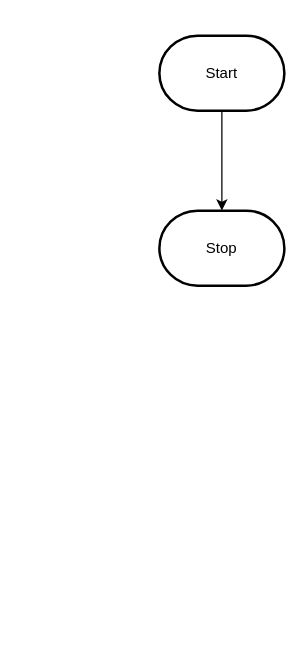
Above: design/flowchart.drawio in MTHS-ICD2O-1-2023/ICD2O-Unit-6-04-manya-feng (draw.io), before the change. Source tidied: cells renumbered, new cells numbered last; positions are measured from the earlier drawing's top-left corner, leaving out a move shared by most shapes. Both pictures are drawn from the tidied source at 125%, with x=0, y=0 at pixel (159, 35).
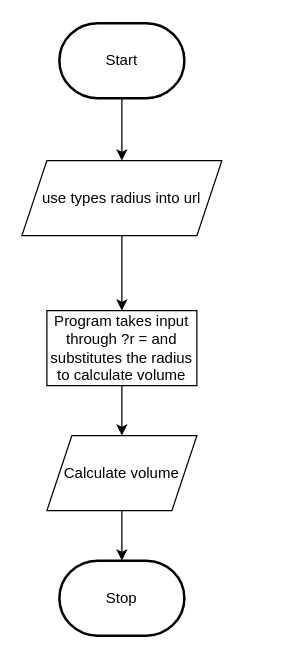
The same diagram, later.

Change to the diagram source:
```diff
@@
 <mxGraphModel>
   <root>
     <mxCell id="0" />
     <mxCell id="1" parent="0" />
-    <mxCell id="2" style="edgeStyle=orthogonalEdgeStyle;html=1;rounded=0;" parent="1" edge="1" source="3" target="4">
-      <mxGeometry relative="1" as="geometry" />
-    </mxCell>
+    <mxCell id="5" style="edgeStyle=none;html=1;exitX=0.5;exitY=1;exitDx=0;exitDy=0;exitPerimeter=0;" parent="1" edge="1" source="3" target="2">
+      <mxGeometry relative="1" as="geometry" />
+    </mxCell>
     <mxCell id="3" value="Start" style="strokeWidth=2;html=1;shape=mxgraph.flowchart.terminator;whiteSpace=wrap;" parent="1" vertex="1">
-      <mxGeometry width="100" height="60" as="geometry" />
+      <mxGeometry x="-80" y="-10" width="100" height="60" as="geometry" />
     </mxCell>
     <mxCell id="4" value="Stop" style="strokeWidth=2;html=1;shape=mxgraph.flowchart.terminator;whiteSpace=wrap;" parent="1" vertex="1">
-      <mxGeometry y="140" width="100" height="60" as="geometry" />
+      <mxGeometry x="-80" y="420" width="100" height="60" as="geometry" />
     </mxCell>
+    <mxCell id="6" style="edgeStyle=none;html=1;exitX=0.5;exitY=1;exitDx=0;exitDy=0;" parent="1" edge="1" source="2" target="8">
+      <mxGeometry relative="1" as="geometry" />
+    </mxCell>
+    <mxCell id="2" value="use types radius into url" style="shape=parallelogram;perimeter=parallelogramPerimeter;whiteSpace=wrap;html=1;fixedSize=1;" parent="1" vertex="1">
+      <mxGeometry x="-110" y="100" width="160" height="60" as="geometry" />
+    </mxCell>
+    <mxCell id="7" style="edgeStyle=none;html=1;exitX=0.5;exitY=1;exitDx=0;exitDy=0;entryX=0.5;entryY=0;entryDx=0;entryDy=0;" parent="1" edge="1" source="8" target="10">
+      <mxGeometry relative="1" as="geometry" />
+    </mxCell>
+    <mxCell id="8" value="Program takes input through ?r = and substitutes the radius to calculate volume" style="rounded=0;whiteSpace=wrap;html=1;" parent="1" vertex="1">
+      <mxGeometry x="-90" y="220" width="120" height="60" as="geometry" />
+    </mxCell>
+    <mxCell id="9" style="edgeStyle=none;html=1;exitX=0.5;exitY=1;exitDx=0;exitDy=0;entryX=0.5;entryY=0;entryDx=0;entryDy=0;entryPerimeter=0;" parent="1" edge="1" source="10" target="4">
+      <mxGeometry relative="1" as="geometry" />
+    </mxCell>
+    <mxCell id="10" value="Calculate volume" style="shape=parallelogram;perimeter=parallelogramPerimeter;whiteSpace=wrap;html=1;fixedSize=1;" parent="1" vertex="1">
+      <mxGeometry x="-90" y="320" width="120" height="60" as="geometry" />
+    </mxCell>
   </root>
 </mxGraphModel>
```
